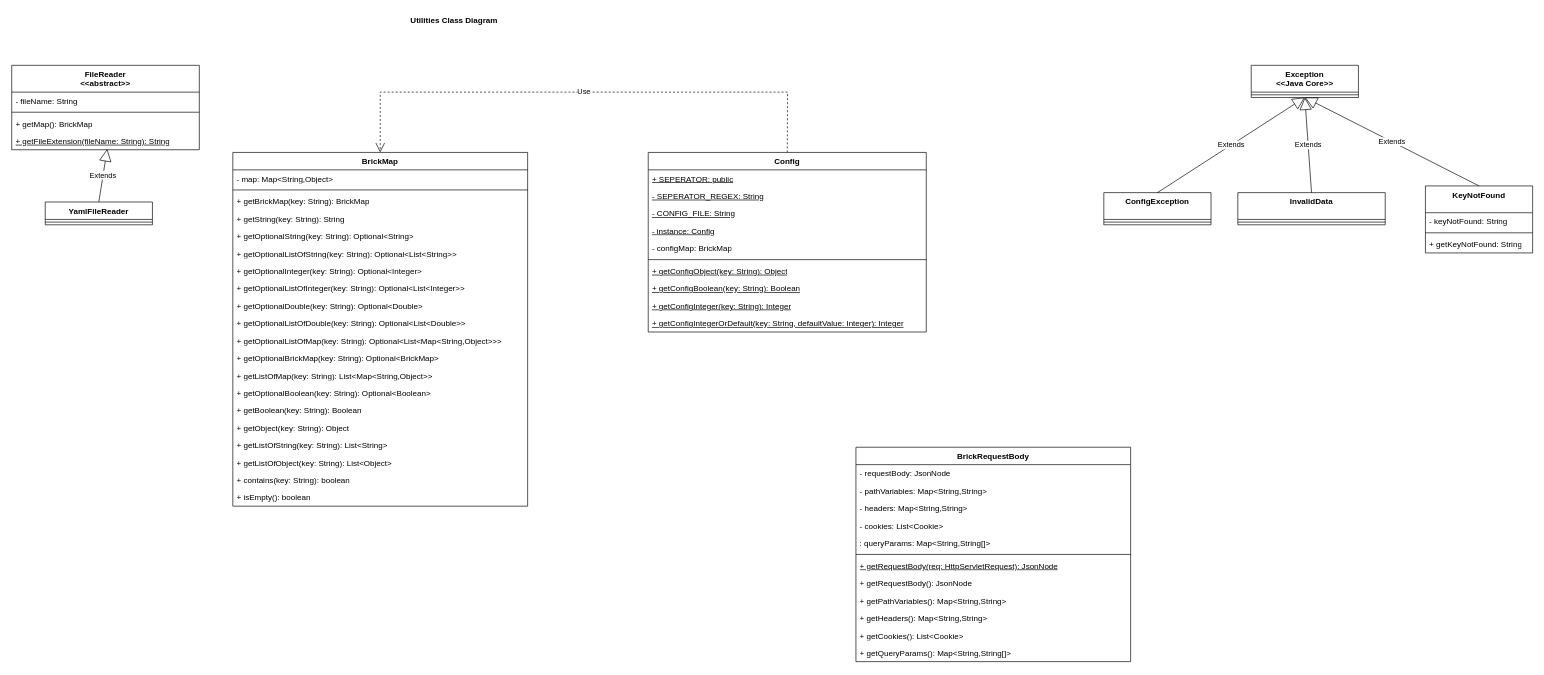
Above: documentation/diagrams/class-diagram.drawio in parmar-mohit/Brick-Utilities (draw.io), before the change. Source tidied: cells renumbered, new cells numbered last; positions are measured from the earlier drawing's top-left corner, leaving out a move shared by most shapes. Both pictures are drawn from the tidied source at 67%, with x=0, y=0 at pixel (11, 11).
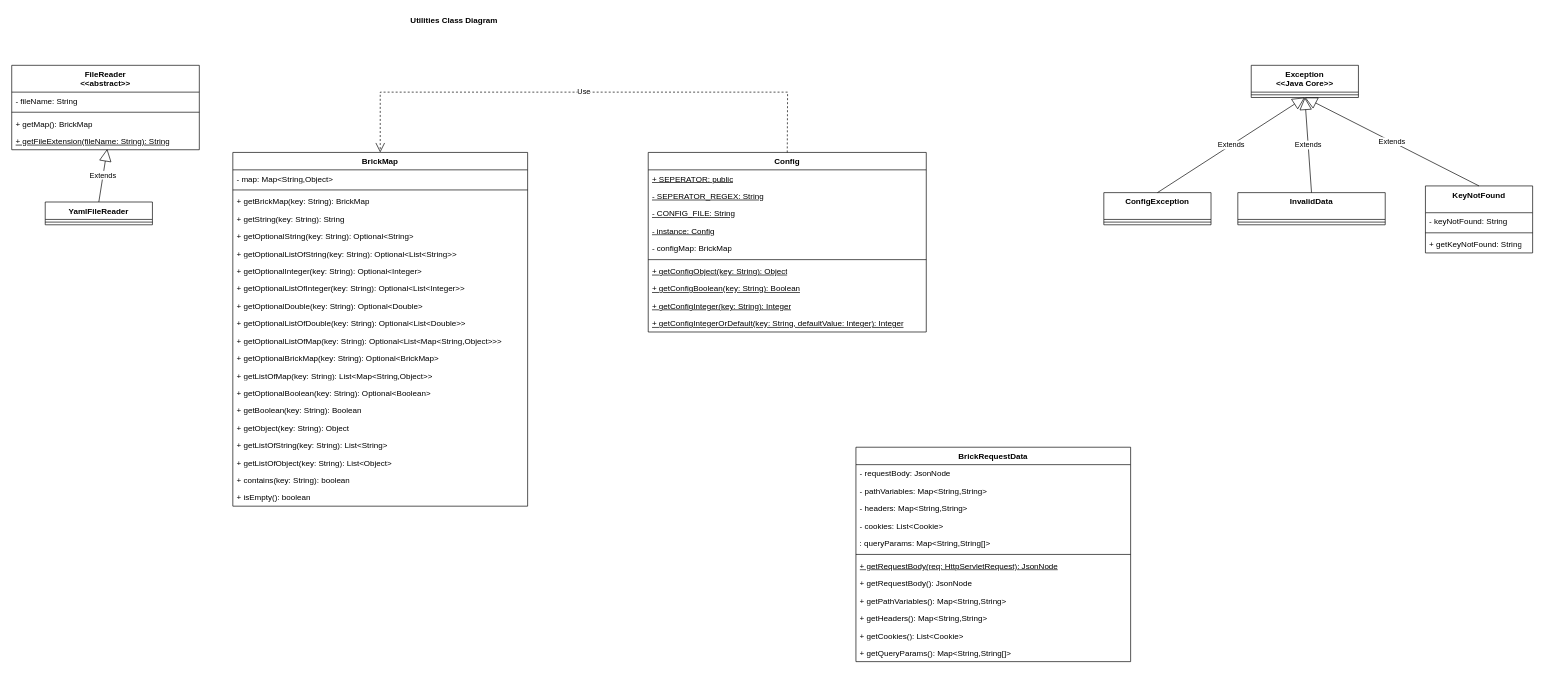
The same diagram, later.

The edit, as a diff of the source:
```diff
@@
-    <mxCell id="57" value="BrickRequestBody" style="swimlane;fontStyle=1;align=center;verticalAlign=top;horizontal=1;startSize=26;whiteSpace=wrap;html=1;" parent="1" vertex="1">
+    <mxCell id="57" value="BrickRequestData" style="swimlane;fontStyle=1;align=center;verticalAlign=top;horizontal=1;startSize=26;whiteSpace=wrap;html=1;" parent="1" vertex="1">
       <mxGeometry x="1260" y="650" width="410" height="320" as="geometry" />
     </mxCell>
```
